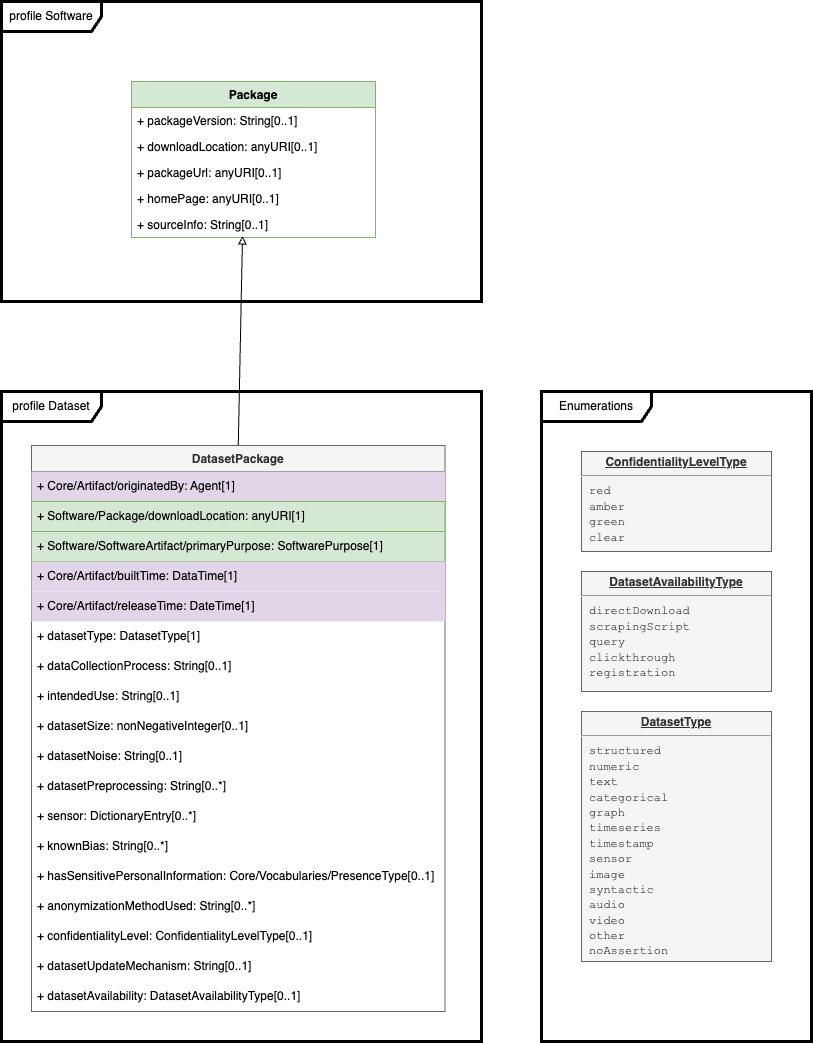
spdx/spdx-3-model keeps this draw.io diagram as model Dataset.png. Above is the earlier version. Source tidied: cells renumbered, new cells last; positions are measured from the earlier drawing's top-left corner, leaving out a move shared by most shapes. Its diagram source:
```xml
<mxGraphModel>
  <root>
    <mxCell id="0" />
    <mxCell id="1" parent="0" />
    <mxCell id="2" value="profile Software" style="shape=umlFrame;whiteSpace=wrap;html=1;width=100;height=30;strokeWidth=3;" parent="1" vertex="1">
      <mxGeometry width="480" height="300" as="geometry" />
    </mxCell>
    <mxCell id="3" value="Package" style="swimlane;fontStyle=1;horizontal=1;startSize=26;fillColor=#d5e8d4;strokeColor=#82b366;" parent="1" vertex="1">
      <mxGeometry x="130" y="80" width="244" height="156" as="geometry" />
    </mxCell>
    <mxCell id="4" value="+ packageVersion: String[0..1]" style="text;strokeColor=none;fillColor=none;align=left;verticalAlign=top;spacingLeft=4;spacingRight=4;overflow=hidden;" parent="3" vertex="1">
      <mxGeometry y="26" width="244" height="26" as="geometry" />
    </mxCell>
    <mxCell id="5" value="+ downloadLocation: anyURI[0..1]" style="text;strokeColor=none;fillColor=none;align=left;verticalAlign=top;spacingLeft=4;spacingRight=4;overflow=hidden;" parent="3" vertex="1">
      <mxGeometry y="52" width="244" height="26" as="geometry" />
    </mxCell>
    <mxCell id="6" value="+ packageUrl: anyURI[0..1]" style="text;strokeColor=none;fillColor=none;align=left;verticalAlign=top;spacingLeft=4;spacingRight=4;overflow=hidden;" parent="3" vertex="1">
      <mxGeometry y="78" width="244" height="26" as="geometry" />
    </mxCell>
    <mxCell id="7" value="+ homePage: anyURI[0..1]" style="text;strokeColor=none;fillColor=none;align=left;verticalAlign=top;spacingLeft=4;spacingRight=4;overflow=hidden;" parent="3" vertex="1">
      <mxGeometry y="104" width="244" height="26" as="geometry" />
    </mxCell>
    <mxCell id="8" value="+ sourceInfo: String[0..1]" style="text;strokeColor=none;fillColor=none;align=left;verticalAlign=top;spacingLeft=4;spacingRight=4;overflow=hidden;points=[[0,0.5],[1,0.5]];portConstraint=eastwest;" parent="3" vertex="1">
      <mxGeometry y="130" width="244" height="26" as="geometry" />
    </mxCell>
    <mxCell id="9" value="profile Dataset" style="shape=umlFrame;whiteSpace=wrap;html=1;width=100;height=30;strokeWidth=3;" parent="1" vertex="1">
      <mxGeometry y="390" width="480" height="650" as="geometry" />
    </mxCell>
    <mxCell id="10" value="DatasetPackage" style="swimlane;fontStyle=1;horizontal=1;startSize=26;fillColor=#f5f5f5;strokeColor=#666666;fontColor=#333333;" parent="1" vertex="1">
      <mxGeometry x="30" y="444" width="413.5" height="566" as="geometry" />
    </mxCell>
    <mxCell id="11" value="+ Core/Artifact/originatedBy: Agent[1]" style="text;strokeColor=none;fillColor=#E1D5E7;align=left;verticalAlign=middle;spacingLeft=4;spacingRight=4;overflow=hidden;whiteSpace=wrap;html=1;" parent="10" vertex="1">
      <mxGeometry y="26" width="413.5" height="30" as="geometry" />
    </mxCell>
    <mxCell id="12" value="+ Software/Package/downloadLocation: anyURI[1]" style="text;strokeColor=#82b366;fillColor=#d5e8d4;align=left;verticalAlign=middle;spacingLeft=4;spacingRight=4;overflow=hidden;whiteSpace=wrap;html=1;" parent="10" vertex="1">
      <mxGeometry y="56" width="413.5" height="30" as="geometry" />
    </mxCell>
    <mxCell id="13" value="+ Software/SoftwareArtifact/primaryPurpose: SoftwarePurpose[1]" style="text;strokeColor=#82b366;fillColor=#d5e8d4;align=left;verticalAlign=middle;spacingLeft=4;spacingRight=4;overflow=hidden;whiteSpace=wrap;html=1;" parent="10" vertex="1">
      <mxGeometry y="86" width="413.5" height="30" as="geometry" />
    </mxCell>
    <mxCell id="14" value="+ Core/Artifact/builtTime: DataTime[1]" style="text;strokeColor=none;fillColor=#E1D5E7;align=left;verticalAlign=middle;spacingLeft=4;spacingRight=4;overflow=hidden;whiteSpace=wrap;html=1;" parent="10" vertex="1">
      <mxGeometry y="116" width="413.5" height="30" as="geometry" />
    </mxCell>
    <mxCell id="15" value="+ Core/Artifact/releaseTime: DateTime[1]" style="text;strokeColor=none;fillColor=#E1D5E7;align=left;verticalAlign=middle;spacingLeft=4;spacingRight=4;overflow=hidden;whiteSpace=wrap;html=1;" parent="10" vertex="1">
      <mxGeometry y="146" width="413.5" height="30" as="geometry" />
    </mxCell>
    <mxCell id="16" value="+ datasetType: DatasetType[1]" style="text;strokeColor=none;fillColor=none;align=left;verticalAlign=middle;spacingLeft=4;spacingRight=4;overflow=hidden;whiteSpace=wrap;html=1;" parent="10" vertex="1">
      <mxGeometry y="176" width="413.5" height="30" as="geometry" />
    </mxCell>
    <mxCell id="17" value="+ dataCollectionProcess: String[0..1]" style="text;strokeColor=none;fillColor=none;align=left;verticalAlign=middle;spacingLeft=4;spacingRight=4;overflow=hidden;whiteSpace=wrap;html=1;" parent="10" vertex="1">
      <mxGeometry y="206" width="413.5" height="30" as="geometry" />
    </mxCell>
    <mxCell id="18" value="+ intendedUse: String[0..1]" style="text;strokeColor=none;fillColor=none;align=left;verticalAlign=middle;spacingLeft=4;spacingRight=4;overflow=hidden;whiteSpace=wrap;html=1;" parent="10" vertex="1">
      <mxGeometry y="236" width="413.5" height="30" as="geometry" />
    </mxCell>
    <mxCell id="19" value="+ datasetSize: nonNegativeInteger[0..1]" style="text;strokeColor=none;fillColor=none;align=left;verticalAlign=middle;spacingLeft=4;spacingRight=4;overflow=hidden;whiteSpace=wrap;html=1;" parent="10" vertex="1">
      <mxGeometry y="266" width="413.5" height="30" as="geometry" />
    </mxCell>
    <mxCell id="20" value="+ datasetNoise: String[0..1]" style="text;strokeColor=none;fillColor=none;align=left;verticalAlign=middle;spacingLeft=4;spacingRight=4;overflow=hidden;whiteSpace=wrap;html=1;" parent="10" vertex="1">
      <mxGeometry y="296" width="413.5" height="30" as="geometry" />
    </mxCell>
    <mxCell id="21" value="+ datasetPreprocessing: String[0..*]" style="text;strokeColor=none;fillColor=none;align=left;verticalAlign=middle;spacingLeft=4;spacingRight=4;overflow=hidden;whiteSpace=wrap;html=1;" parent="10" vertex="1">
      <mxGeometry y="326" width="413.5" height="30" as="geometry" />
    </mxCell>
    <mxCell id="22" value="+ sensor: DictionaryEntry[0..*]" style="text;strokeColor=none;fillColor=none;align=left;verticalAlign=middle;spacingLeft=4;spacingRight=4;overflow=hidden;whiteSpace=wrap;html=1;" parent="10" vertex="1">
      <mxGeometry y="356" width="413.5" height="30" as="geometry" />
    </mxCell>
    <mxCell id="23" value="+ knownBias: String[0..*]" style="text;strokeColor=none;fillColor=none;align=left;verticalAlign=middle;spacingLeft=4;spacingRight=4;overflow=hidden;whiteSpace=wrap;html=1;" parent="10" vertex="1">
      <mxGeometry y="386" width="413.5" height="30" as="geometry" />
    </mxCell>
    <mxCell id="24" value="+ hasSensitivePersonalInformation: Core/Vocabularies/PresenceType[0..1]" style="text;strokeColor=none;fillColor=none;align=left;verticalAlign=middle;spacingLeft=4;spacingRight=4;overflow=hidden;whiteSpace=wrap;html=1;" parent="10" vertex="1">
      <mxGeometry y="416" width="413.5" height="30" as="geometry" />
    </mxCell>
    <mxCell id="25" value="+ anonymizationMethodUsed: String[0..*]" style="text;strokeColor=none;fillColor=none;align=left;verticalAlign=middle;spacingLeft=4;spacingRight=4;overflow=hidden;whiteSpace=wrap;html=1;" parent="10" vertex="1">
      <mxGeometry y="446" width="413.5" height="30" as="geometry" />
    </mxCell>
    <mxCell id="26" value="+ confidentialityLevel: ConfidentialityLevelType[0..1]" style="text;strokeColor=none;fillColor=none;align=left;verticalAlign=middle;spacingLeft=4;spacingRight=4;overflow=hidden;whiteSpace=wrap;html=1;" parent="10" vertex="1">
      <mxGeometry y="476" width="413.5" height="30" as="geometry" />
    </mxCell>
    <mxCell id="27" value="+ datasetUpdateMechanism: String[0..1]" style="text;strokeColor=none;fillColor=none;align=left;verticalAlign=middle;spacingLeft=4;spacingRight=4;overflow=hidden;whiteSpace=wrap;html=1;" parent="10" vertex="1">
      <mxGeometry y="506" width="413.5" height="30" as="geometry" />
    </mxCell>
    <mxCell id="28" value="+ datasetAvailability: DatasetAvailabilityType[0..1]" style="text;strokeColor=none;fillColor=none;align=left;verticalAlign=middle;spacingLeft=4;spacingRight=4;overflow=hidden;whiteSpace=wrap;html=1;" parent="10" vertex="1">
      <mxGeometry y="536" width="413.5" height="30" as="geometry" />
    </mxCell>
    <mxCell id="29" style="endArrow=block;html=1;rounded=0;entryX=0.455;entryY=0.942;entryDx=0;entryDy=0;entryPerimeter=0;exitX=0.5;exitY=0;exitDx=0;exitDy=0;endFill=0;" parent="1" edge="1" source="10" target="8">
      <mxGeometry relative="1" as="geometry" />
    </mxCell>
    <mxCell id="30" value="Enumerations" style="shape=umlFrame;whiteSpace=wrap;html=1;width=110;height=30;strokeWidth=3;" parent="1" vertex="1">
      <mxGeometry x="540" y="390" width="270" height="650" as="geometry" />
    </mxCell>
    <mxCell id="31" value="&lt;p style=&quot;margin: 0px ; margin-top: 4px ; text-align: center ; text-decoration: underline&quot;&gt;&lt;b&gt;ConfidentialityLevelType&lt;/b&gt;&lt;/p&gt;&lt;hr&gt;&lt;p style=&quot;margin: 0px ; margin-left: 8px&quot;&gt;&lt;font face=&quot;Courier New&quot;&gt;red&lt;/font&gt;&lt;/p&gt;&lt;p style=&quot;margin: 0px ; margin-left: 8px&quot;&gt;&lt;font face=&quot;Courier New&quot;&gt;amber&lt;/font&gt;&lt;/p&gt;&lt;p style=&quot;margin: 0px ; margin-left: 8px&quot;&gt;&lt;font face=&quot;Courier New&quot;&gt;green&lt;/font&gt;&lt;/p&gt;&lt;p style=&quot;margin: 0px ; margin-left: 8px&quot;&gt;&lt;font face=&quot;Courier New&quot;&gt;clear&lt;/font&gt;&lt;/p&gt;" style="verticalAlign=top;align=left;overflow=fill;fontSize=12;fontFamily=Helvetica;html=1;fillColor=#f5f5f5;strokeColor=#666666;fontColor=#333333;" parent="1" vertex="1">
      <mxGeometry x="580" y="450" width="190" height="100" as="geometry" />
    </mxCell>
    <mxCell id="32" value="&lt;p style=&quot;margin: 0px ; margin-top: 4px ; text-align: center ; text-decoration: underline&quot;&gt;&lt;b&gt;DatasetAvailabilityType&lt;/b&gt;&lt;/p&gt;&lt;hr&gt;&lt;p style=&quot;margin: 0px ; margin-left: 8px&quot;&gt;&lt;font face=&quot;Courier New&quot;&gt;directDownload&lt;/font&gt;&lt;/p&gt;&lt;p style=&quot;margin: 0px ; margin-left: 8px&quot;&gt;&lt;font face=&quot;Courier New&quot;&gt;scrapingScript&lt;/font&gt;&lt;/p&gt;&lt;p style=&quot;margin: 0px ; margin-left: 8px&quot;&gt;&lt;font face=&quot;Courier New&quot;&gt;query&lt;/font&gt;&lt;/p&gt;&lt;p style=&quot;margin: 0px ; margin-left: 8px&quot;&gt;&lt;font face=&quot;Courier New&quot;&gt;clickthrough&lt;/font&gt;&lt;/p&gt;&lt;p style=&quot;margin: 0px ; margin-left: 8px&quot;&gt;&lt;font face=&quot;Courier New&quot;&gt;registration&lt;/font&gt;&lt;/p&gt;" style="verticalAlign=top;align=left;overflow=fill;fontSize=12;fontFamily=Helvetica;html=1;fillColor=#f5f5f5;strokeColor=#666666;fontColor=#333333;" parent="1" vertex="1">
      <mxGeometry x="580" y="570" width="190" height="120" as="geometry" />
    </mxCell>
    <mxCell id="33" value="&lt;p style=&quot;margin: 0px ; margin-top: 4px ; text-align: center ; text-decoration: underline&quot;&gt;&lt;b&gt;DatasetType&lt;/b&gt;&lt;/p&gt;&lt;hr&gt;&lt;p style=&quot;margin: 0px ; margin-left: 8px&quot;&gt;&lt;font face=&quot;Courier New&quot;&gt;structured&lt;/font&gt;&lt;/p&gt;&lt;p style=&quot;margin: 0px ; margin-left: 8px&quot;&gt;&lt;font face=&quot;Courier New&quot;&gt;numeric&lt;/font&gt;&lt;/p&gt;&lt;p style=&quot;margin: 0px ; margin-left: 8px&quot;&gt;&lt;font face=&quot;Courier New&quot;&gt;text&lt;/font&gt;&lt;/p&gt;&lt;p style=&quot;margin: 0px ; margin-left: 8px&quot;&gt;&lt;font face=&quot;Courier New&quot;&gt;categorical&lt;/font&gt;&lt;/p&gt;&lt;p style=&quot;margin: 0px ; margin-left: 8px&quot;&gt;&lt;font face=&quot;Courier New&quot;&gt;graph&lt;/font&gt;&lt;/p&gt;&lt;p style=&quot;margin: 0px ; margin-left: 8px&quot;&gt;&lt;font face=&quot;Courier New&quot;&gt;timeseries&lt;/font&gt;&lt;/p&gt;&lt;p style=&quot;margin: 0px ; margin-left: 8px&quot;&gt;&lt;font face=&quot;Courier New&quot;&gt;timestamp&lt;/font&gt;&lt;/p&gt;&lt;p style=&quot;margin: 0px ; margin-left: 8px&quot;&gt;&lt;font face=&quot;Courier New&quot;&gt;sensor&lt;/font&gt;&lt;/p&gt;&lt;p style=&quot;margin: 0px ; margin-left: 8px&quot;&gt;&lt;font face=&quot;Courier New&quot;&gt;image&lt;/font&gt;&lt;/p&gt;&lt;p style=&quot;margin: 0px ; margin-left: 8px&quot;&gt;&lt;font face=&quot;Courier New&quot;&gt;syntactic&lt;/font&gt;&lt;/p&gt;&lt;p style=&quot;margin: 0px ; margin-left: 8px&quot;&gt;&lt;font face=&quot;Courier New&quot;&gt;audio&lt;/font&gt;&lt;/p&gt;&lt;p style=&quot;margin: 0px ; margin-left: 8px&quot;&gt;&lt;font face=&quot;Courier New&quot;&gt;video&lt;/font&gt;&lt;/p&gt;&lt;p style=&quot;margin: 0px ; margin-left: 8px&quot;&gt;&lt;font face=&quot;Courier New&quot;&gt;other&lt;/font&gt;&lt;/p&gt;&lt;p style=&quot;margin: 0px ; margin-left: 8px&quot;&gt;&lt;font face=&quot;Courier New&quot;&gt;noAssertion&lt;/font&gt;&lt;/p&gt;" style="verticalAlign=top;align=left;overflow=fill;fontSize=12;fontFamily=Helvetica;html=1;fillColor=#f5f5f5;strokeColor=#666666;fontColor=#333333;" parent="1" vertex="1">
      <mxGeometry x="580" y="710" width="190" height="250" as="geometry" />
    </mxCell>
  </root>
</mxGraphModel>
```
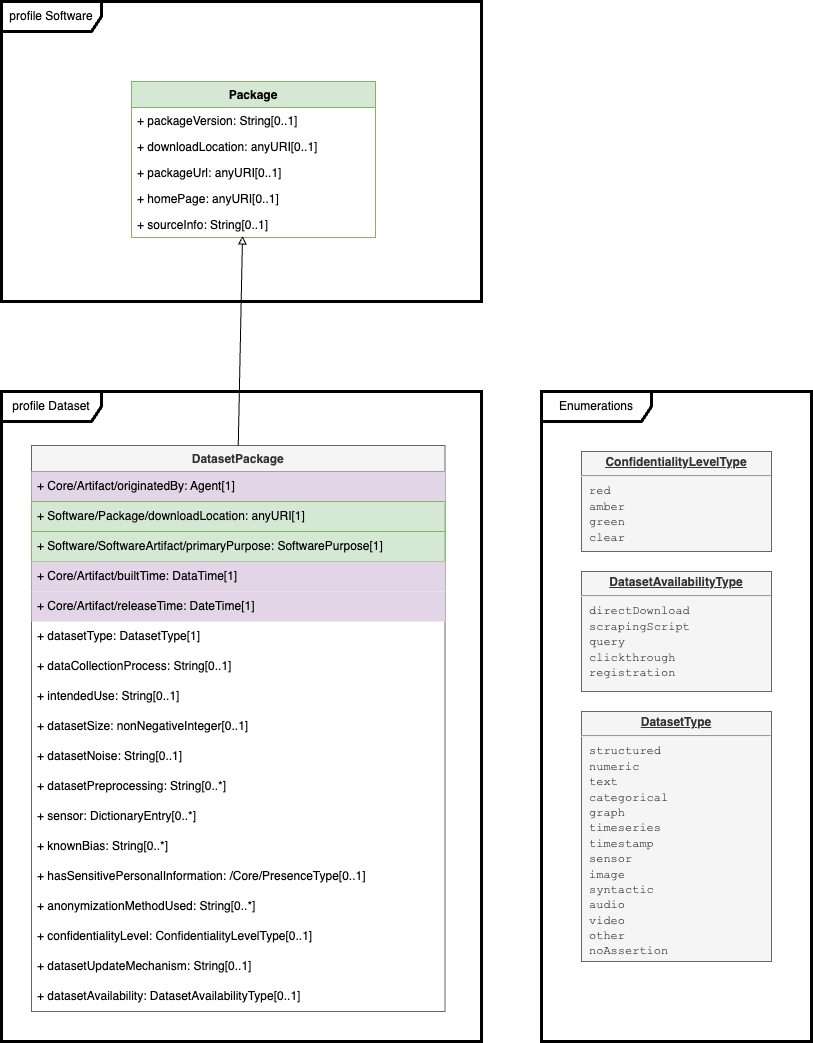
The same file after the commit.

Diff of the diagram source:
```diff
@@ -68,7 +68,7 @@
     <mxCell id="23" value="+ knownBias: String[0..*]" style="text;strokeColor=none;fillColor=none;align=left;verticalAlign=middle;spacingLeft=4;spacingRight=4;overflow=hidden;whiteSpace=wrap;html=1;" parent="10" vertex="1">
       <mxGeometry y="386" width="413.5" height="30" as="geometry" />
     </mxCell>
-    <mxCell id="24" value="+ hasSensitivePersonalInformation: Core/Vocabularies/PresenceType[0..1]" style="text;strokeColor=none;fillColor=none;align=left;verticalAlign=middle;spacingLeft=4;spacingRight=4;overflow=hidden;whiteSpace=wrap;html=1;" parent="10" vertex="1">
+    <mxCell id="24" value="+ hasSensitivePersonalInformation: /Core/PresenceType[0..1]" style="text;strokeColor=none;fillColor=none;align=left;verticalAlign=middle;spacingLeft=4;spacingRight=4;overflow=hidden;whiteSpace=wrap;html=1;" parent="10" vertex="1">
       <mxGeometry y="416" width="413.5" height="30" as="geometry" />
     </mxCell>
     <mxCell id="25" value="+ anonymizationMethodUsed: String[0..*]" style="text;strokeColor=none;fillColor=none;align=left;verticalAlign=middle;spacingLeft=4;spacingRight=4;overflow=hidden;whiteSpace=wrap;html=1;" parent="10" vertex="1">
```
